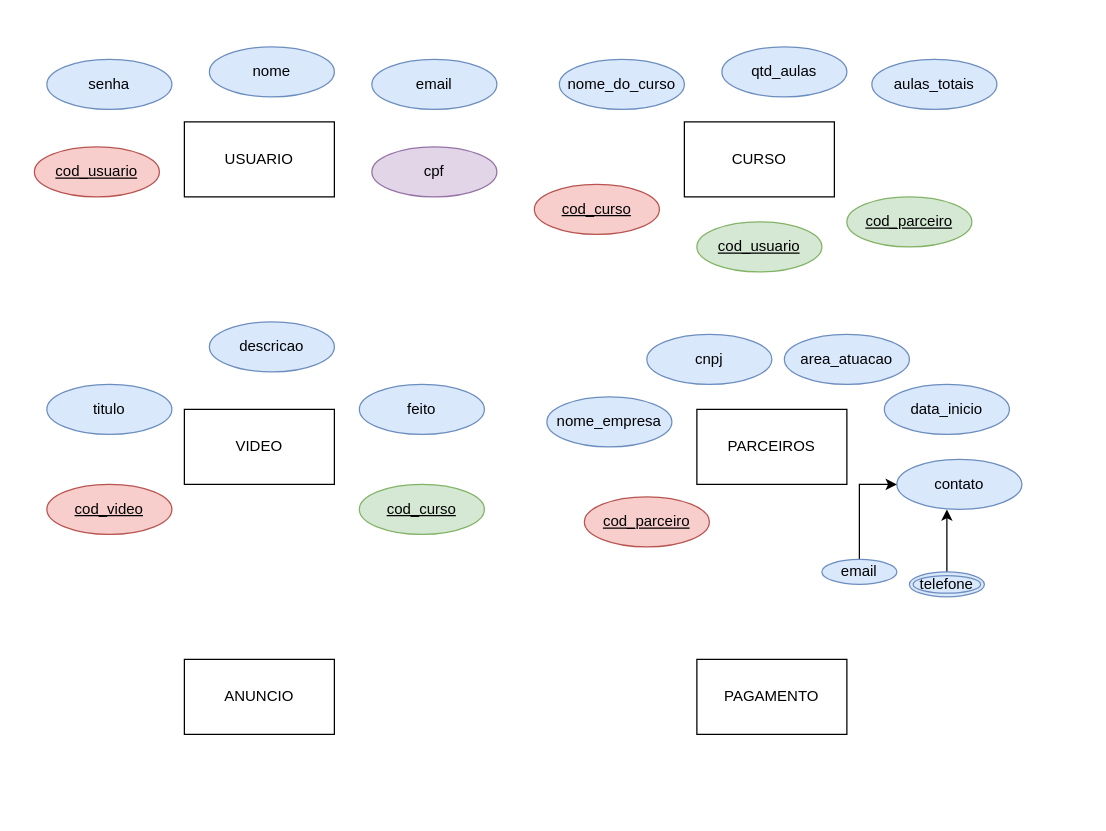
arthurmesquita2001/arthurmesquita2001 keeps this draw.io diagram as Studytech.drawio. Above is the earlier version. Source tidied: cells renumbered, new cells numbered last; positions are measured from the earlier drawing's top-left corner, leaving out a move shared by most shapes. Both pictures are drawn from the tidied source at 125%, with x=0, y=0 at pixel (34, 46).
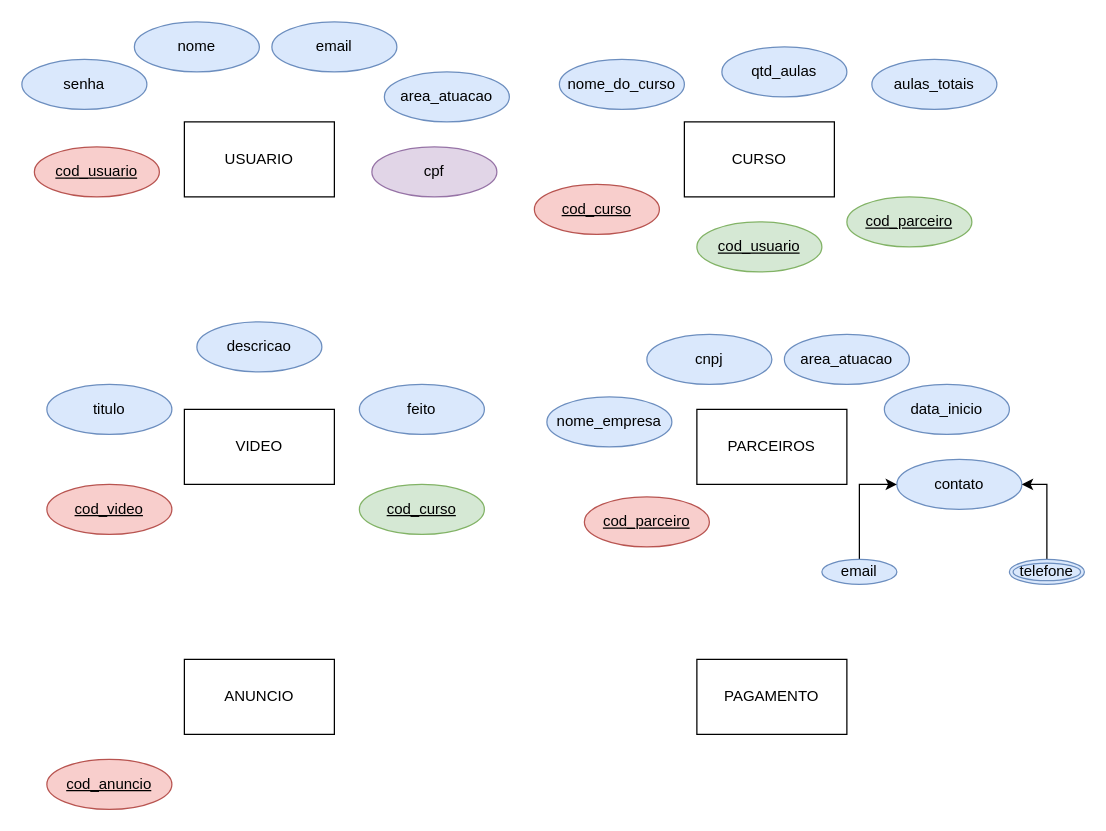
The same diagram, later.

The change refers to these unchanged cells:
```xml
<mxCell id="29" value="contato" style="ellipse;whiteSpace=wrap;html=1;fillColor=#dae8fc;strokeColor=#6c8ebf;" parent="1" vertex="1">
  <mxGeometry x="690" y="330" width="100" height="40" as="geometry" />
</mxCell>
```

Diff of the diagram source:
```diff
@@
     <mxCell id="4" value="email" style="ellipse;whiteSpace=wrap;html=1;align=center;fillColor=#dae8fc;strokeColor=#6c8ebf;" parent="1" vertex="1">
-      <mxGeometry x="270" y="10" width="100" height="40" as="geometry" />
+      <mxGeometry x="190" y="-20" width="100" height="40" as="geometry" />
     </mxCell>
     <mxCell id="5" value="nome" style="ellipse;whiteSpace=wrap;html=1;align=center;fillColor=#dae8fc;strokeColor=#6c8ebf;" parent="1" vertex="1">
-      <mxGeometry x="140" width="100" height="40" as="geometry" />
+      <mxGeometry x="80" y="-20" width="100" height="40" as="geometry" />
     </mxCell>
@@
     <mxCell id="7" value="senha" style="ellipse;whiteSpace=wrap;html=1;align=center;fillColor=#dae8fc;strokeColor=#6c8ebf;" parent="1" vertex="1">
-      <mxGeometry x="10" y="10" width="100" height="40" as="geometry" />
+      <mxGeometry x="-10" y="10" width="100" height="40" as="geometry" />
     </mxCell>
@@
     <mxCell id="16" value="descricao" style="ellipse;whiteSpace=wrap;html=1;align=center;fillColor=#dae8fc;strokeColor=#6c8ebf;" parent="1" vertex="1">
-      <mxGeometry x="140" y="220" width="100" height="40" as="geometry" />
+      <mxGeometry x="130" y="220" width="100" height="40" as="geometry" />
     </mxCell>
@@
-    <mxCell id="30" style="edgeStyle=orthogonalEdgeStyle;rounded=0;jettySize=auto;html=1;fontSize=12;exitX=0.5;exitY=0;exitDx=0;exitDy=0;" parent="1" edge="1" source="33">
-      <mxGeometry relative="1" as="geometry">
-        <mxPoint x="730" y="370" as="targetPoint" />
-        <Array as="points">
-          <mxPoint x="730" y="420" />
-          <mxPoint x="730" y="370" />
-        </Array>
-      </mxGeometry>
-    </mxCell>
@@
+    <mxCell id="34" style="edgeStyle=orthogonalEdgeStyle;rounded=0;jettySize=auto;html=1;entryX=1;entryY=0.5;entryDx=0;entryDy=0;" parent="1" edge="1" source="33" target="29">
+      <mxGeometry relative="1" as="geometry" />
+    </mxCell>
     <mxCell id="33" value="telefone" style="ellipse;shape=doubleEllipse;margin=3;whiteSpace=wrap;html=1;align=center;fillColor=#dae8fc;strokeColor=#6c8ebf;" parent="1" vertex="1">
-      <mxGeometry x="700" y="420" width="60" height="20" as="geometry" />
+      <mxGeometry x="780" y="410" width="60" height="20" as="geometry" />
     </mxCell>
+    <mxCell id="35" style="edgeStyle=orthogonalEdgeStyle;rounded=0;orthogonalLoop=1;jettySize=auto;html=1;exitX=0.5;exitY=1;exitDx=0;exitDy=0;" parent="1" edge="1" source="33" target="33">
+      <mxGeometry relative="1" as="geometry" />
+    </mxCell>
+    <mxCell id="36" value="area_atuacao" style="ellipse;whiteSpace=wrap;html=1;align=center;fillColor=#dae8fc;strokeColor=#6c8ebf;" parent="1" vertex="1">
+      <mxGeometry x="280" y="20" width="100" height="40" as="geometry" />
+    </mxCell>
+    <mxCell id="37" value="cod_anuncio" style="ellipse;whiteSpace=wrap;html=1;align=center;fontStyle=4;fillColor=#f8cecc;strokeColor=#b85450;" parent="1" vertex="1">
+      <mxGeometry x="10" y="570" width="100" height="40" as="geometry" />
+    </mxCell>
```
